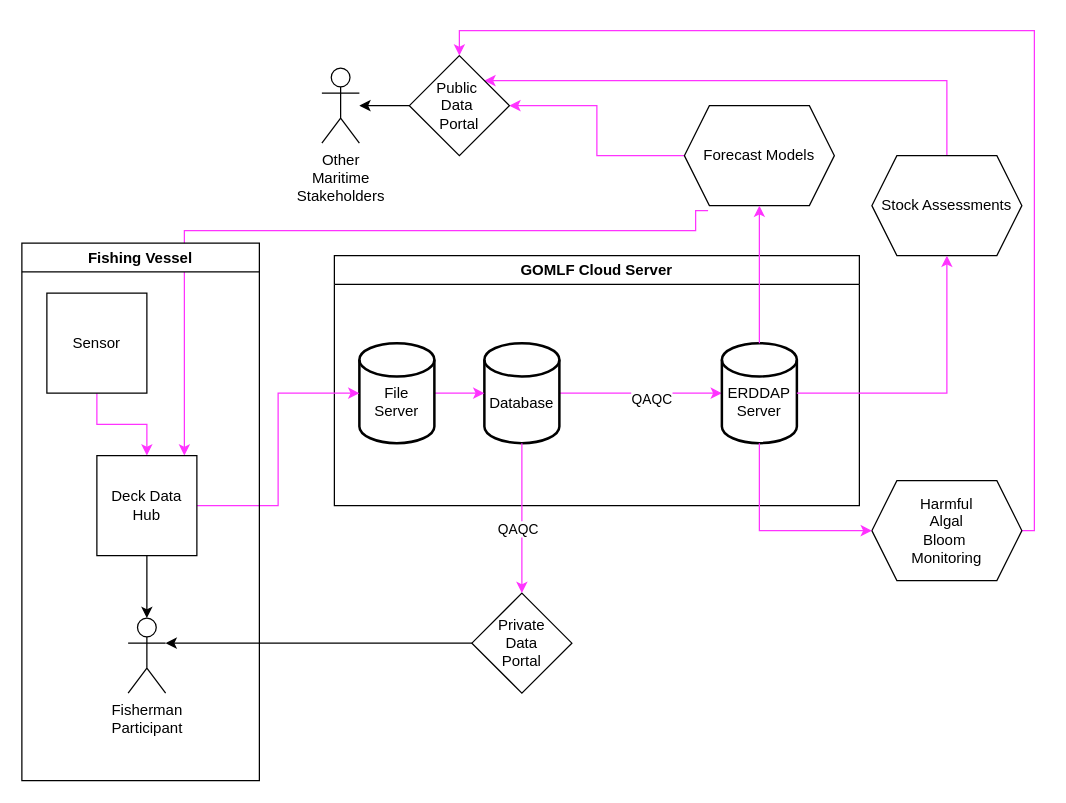
Above: Untitled Diagram.drawio in GMaynard1/emolt_project_management (draw.io), before the change. Source tidied: cells renumbered, new cells numbered last; positions are measured from the earlier drawing's top-left corner, leaving out a move shared by most shapes. Both pictures are drawn from the tidied source at 125%, with x=0, y=0 at pixel (21, 30).
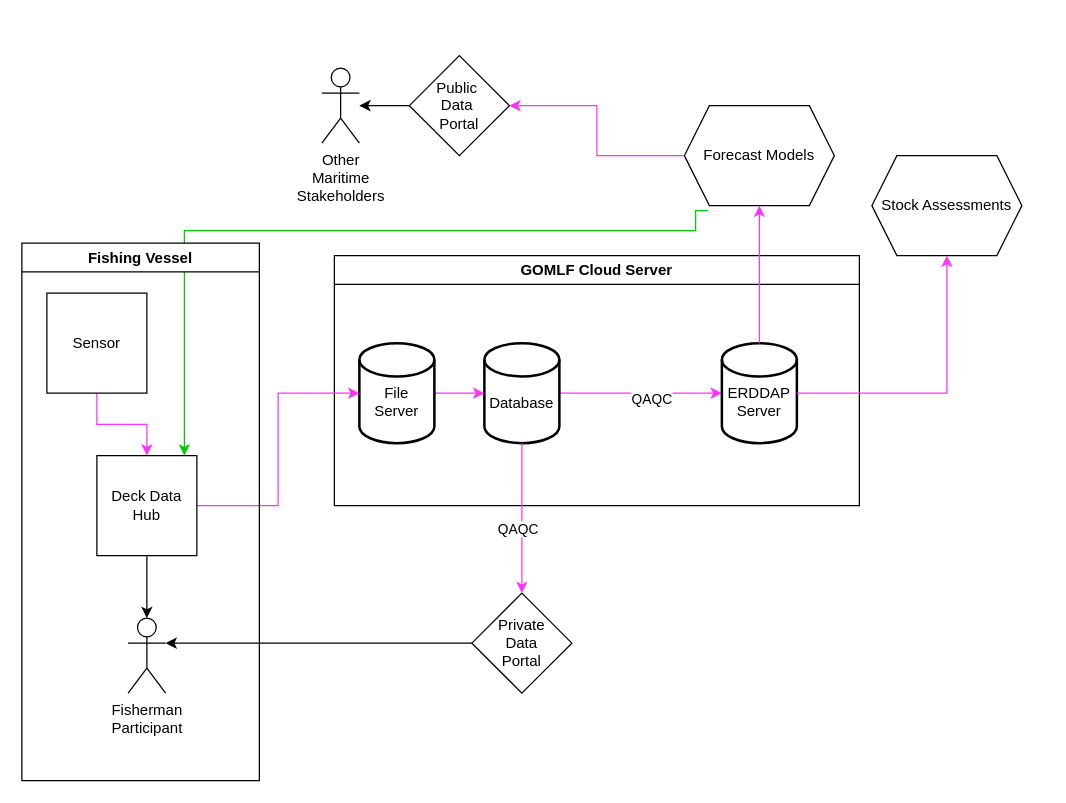
The same diagram, later.

The change refers to these unchanged cells:
```xml
<mxCell id="8" value="&lt;br&gt;ERDDAP&lt;br&gt;Server" style="strokeWidth=2;html=1;shape=mxgraph.flowchart.database;whiteSpace=wrap;" parent="7" vertex="1">
  <mxGeometry x="310" y="70" width="60" height="80" as="geometry" />
</mxCell>
<mxCell id="11" value="Forecast Models" style="shape=hexagon;perimeter=hexagonPerimeter2;whiteSpace=wrap;html=1;fixedSize=1;" parent="1" vertex="1">
  <mxGeometry x="530" y="60" width="120" height="80" as="geometry" />
</mxCell>
<mxCell id="14" value="Deck Data Hub" style="whiteSpace=wrap;html=1;" parent="1" vertex="1">
  <mxGeometry x="60" y="340" width="80" height="80" as="geometry" />
</mxCell>
<mxCell id="20" value="Stock Assessments" style="shape=hexagon;perimeter=hexagonPerimeter2;whiteSpace=wrap;html=1;fixedSize=1;" parent="1" vertex="1">
  <mxGeometry x="680" y="100" width="120" height="80" as="geometry" />
</mxCell>
<mxCell id="25" value="Public&amp;nbsp;&lt;br&gt;Data&amp;nbsp;&lt;br&gt;Portal" style="rhombus;whiteSpace=wrap;html=1;" parent="1" vertex="1">
  <mxGeometry x="310" y="20" width="80" height="80" as="geometry" />
</mxCell>
```

What changed in the source:
```diff
@@
-    <mxCell id="10" style="edgeStyle=orthogonalEdgeStyle;rounded=0;jettySize=auto;html=1;exitX=0.158;exitY=1.05;exitDx=0;exitDy=0;strokeColor=#FF33FF;exitPerimeter=0;" parent="1" edge="1" source="11" target="14">
+    <mxCell id="10" style="edgeStyle=orthogonalEdgeStyle;rounded=0;jettySize=auto;html=1;exitX=0.158;exitY=1.05;exitDx=0;exitDy=0;strokeColor=#00CC00;exitPerimeter=0;" parent="1" edge="1" source="11" target="14">
       <mxGeometry relative="1" as="geometry">
         <Array as="points">
           <mxPoint x="539" y="144" />
           <mxPoint x="539" y="160" />
           <mxPoint x="130" y="160" />
         </Array>
       </mxGeometry>
     </mxCell>
@@
-    <mxCell id="19" style="edgeStyle=orthogonalEdgeStyle;rounded=0;jettySize=auto;html=1;exitX=0.5;exitY=0;exitDx=0;exitDy=0;entryX=1;entryY=0;entryDx=0;entryDy=0;strokeColor=#FF33FF;" parent="1" edge="1" source="20" target="25">
-      <mxGeometry relative="1" as="geometry" />
-    </mxCell>
@@
-    <mxCell id="30" style="edgeStyle=orthogonalEdgeStyle;rounded=0;jettySize=auto;html=1;exitX=1;exitY=0.5;exitDx=0;exitDy=0;entryX=0.5;entryY=0;entryDx=0;entryDy=0;strokeColor=#FF33FF;" parent="1" edge="1" source="31" target="25">
-      <mxGeometry relative="1" as="geometry">
-        <Array as="points">
-          <mxPoint x="810" y="400" />
-          <mxPoint x="810" />
-          <mxPoint x="350" />
-        </Array>
-      </mxGeometry>
-    </mxCell>
-    <mxCell id="31" value="Harmful&lt;br&gt;Algal&lt;br&gt;Bloom&amp;nbsp;&lt;br&gt;Monitoring" style="shape=hexagon;perimeter=hexagonPerimeter2;whiteSpace=wrap;html=1;fixedSize=1;" parent="1" vertex="1">
-      <mxGeometry x="680" y="360" width="120" height="80" as="geometry" />
-    </mxCell>
-    <mxCell id="32" style="edgeStyle=orthogonalEdgeStyle;rounded=0;jettySize=auto;html=1;exitX=0.5;exitY=1;exitDx=0;exitDy=0;exitPerimeter=0;entryX=0;entryY=0.5;entryDx=0;entryDy=0;strokeColor=#FF33FF;" parent="1" edge="1" source="8" target="31">
-      <mxGeometry relative="1" as="geometry" />
-    </mxCell>
```
